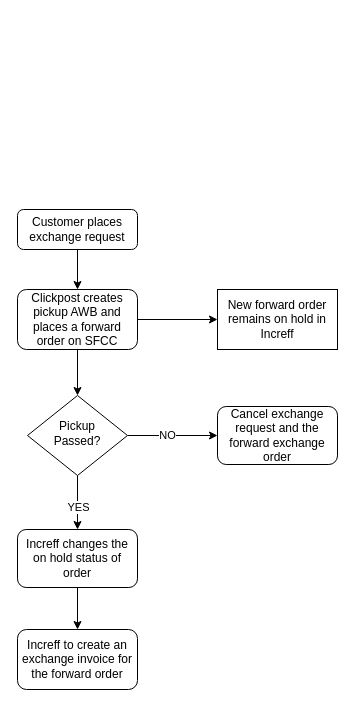
Before: Event Flow.drawio in SaketNarayane/ProcessFlows, a draw.io diagram. Source tidied: cells renumbered, new cells numbered last; positions are measured from the earlier drawing's top-left corner, leaving out a move shared by most shapes. Both pictures are drawn from the tidied source at 100%, with x=0, y=0 at pixel (17, 209).
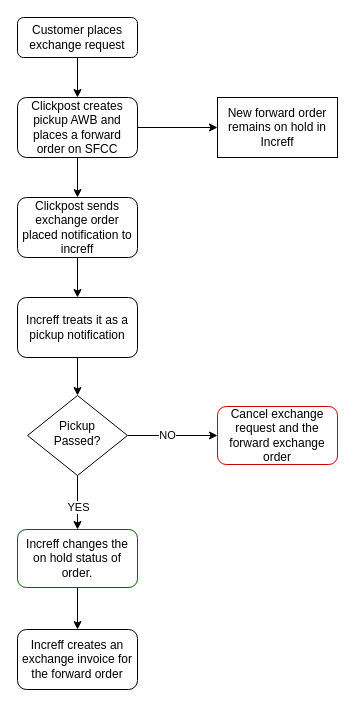
The same page after the edit.

Unchanged cells that the change refers to:
```xml
<mxCell id="8" value="Pickup&lt;br&gt;Passed?" style="rhombus;whiteSpace=wrap;html=1;shadow=0;fontFamily=Helvetica;fontSize=12;align=center;strokeWidth=1;spacing=6;spacingTop=-4;" parent="1" vertex="1">
  <mxGeometry x="10" y="186" width="100" height="80" as="geometry" />
</mxCell>
```

Diff of the diagram source:
```diff
@@
     <mxCell id="3" value="Customer places exchange request" style="rounded=1;whiteSpace=wrap;html=1;fontSize=12;glass=0;strokeWidth=1;shadow=0;" parent="1" vertex="1">
-      <mxGeometry width="120" height="40" as="geometry" />
+      <mxGeometry y="-192" width="120" height="40" as="geometry" />
     </mxCell>
@@
-    <mxCell id="9" value="Cancel exchange request and the forward exchange order" style="rounded=1;whiteSpace=wrap;html=1;fontSize=12;glass=0;strokeWidth=1;shadow=0;" parent="1" vertex="1">
+    <mxCell id="9" value="Cancel exchange request and the forward exchange order" style="rounded=1;whiteSpace=wrap;html=1;fontSize=12;glass=0;strokeWidth=1;shadow=0;strokeColor=#CC0000;" parent="1" vertex="1">
       <mxGeometry x="200" y="197" width="120" height="58" as="geometry" />
     </mxCell>
@@
-    <mxCell id="11" style="edgeStyle=orthogonalEdgeStyle;rounded=0;jettySize=auto;html=1;" parent="1" edge="1" source="12" target="8">
-      <mxGeometry relative="1" as="geometry" />
-    </mxCell>
+    <mxCell id="17" style="edgeStyle=orthogonalEdgeStyle;rounded=0;jettySize=auto;html=1;" parent="1" edge="1" source="12" target="19">
+      <mxGeometry relative="1" as="geometry" />
+    </mxCell>
     <mxCell id="12" value="Clickpost creates pickup AWB and places a forward order on SFCC" style="rounded=1;whiteSpace=wrap;html=1;fontSize=12;glass=0;strokeWidth=1;shadow=0;" parent="1" vertex="1">
-      <mxGeometry y="80" width="120" height="60" as="geometry" />
+      <mxGeometry y="-112" width="120" height="60" as="geometry" />
     </mxCell>
     <mxCell id="13" value="New forward order remains on hold in Increff" style="rounded=0;whiteSpace=wrap;html=1;" parent="1" vertex="1">
-      <mxGeometry x="200" y="80" width="120" height="60" as="geometry" />
+      <mxGeometry x="200" y="-112" width="120" height="60" as="geometry" />
     </mxCell>
@@
-    <mxCell id="15" value="Increff changes the on hold status of order" style="rounded=1;whiteSpace=wrap;html=1;fontSize=12;glass=0;strokeWidth=1;shadow=0;" parent="1" vertex="1">
+    <mxCell id="15" value="Increff changes the on hold status of order." style="rounded=1;whiteSpace=wrap;html=1;fontSize=12;glass=0;strokeWidth=1;shadow=0;strokeColor=#006600;" parent="1" vertex="1">
       <mxGeometry y="320" width="120" height="58" as="geometry" />
     </mxCell>
-    <mxCell id="16" value="Increff to create an exchange invoice for the forward order" style="whiteSpace=wrap;html=1;rounded=1;glass=0;strokeWidth=1;shadow=0;" parent="1" vertex="1">
+    <mxCell id="16" value="Increff creates an exchange invoice for the forward order" style="whiteSpace=wrap;html=1;rounded=1;glass=0;strokeWidth=1;shadow=0;" parent="1" vertex="1">
       <mxGeometry y="420" width="120" height="60" as="geometry" />
     </mxCell>
+    <mxCell id="18" style="edgeStyle=orthogonalEdgeStyle;rounded=0;jettySize=auto;html=1;" parent="1" edge="1" source="19" target="21">
+      <mxGeometry relative="1" as="geometry" />
+    </mxCell>
+    <mxCell id="19" value="Clickpost sends exchange order placed notification to increff" style="rounded=1;whiteSpace=wrap;html=1;fontSize=12;glass=0;strokeWidth=1;shadow=0;" parent="1" vertex="1">
+      <mxGeometry y="-12" width="120" height="60" as="geometry" />
+    </mxCell>
+    <mxCell id="20" style="edgeStyle=orthogonalEdgeStyle;rounded=0;jettySize=auto;html=1;" parent="1" edge="1" source="21" target="8">
+      <mxGeometry relative="1" as="geometry" />
+    </mxCell>
+    <mxCell id="21" value="Increff treats it as a pickup notification" style="rounded=1;whiteSpace=wrap;html=1;fontSize=12;glass=0;strokeWidth=1;shadow=0;" parent="1" vertex="1">
+      <mxGeometry y="88" width="120" height="60" as="geometry" />
+    </mxCell>
```
